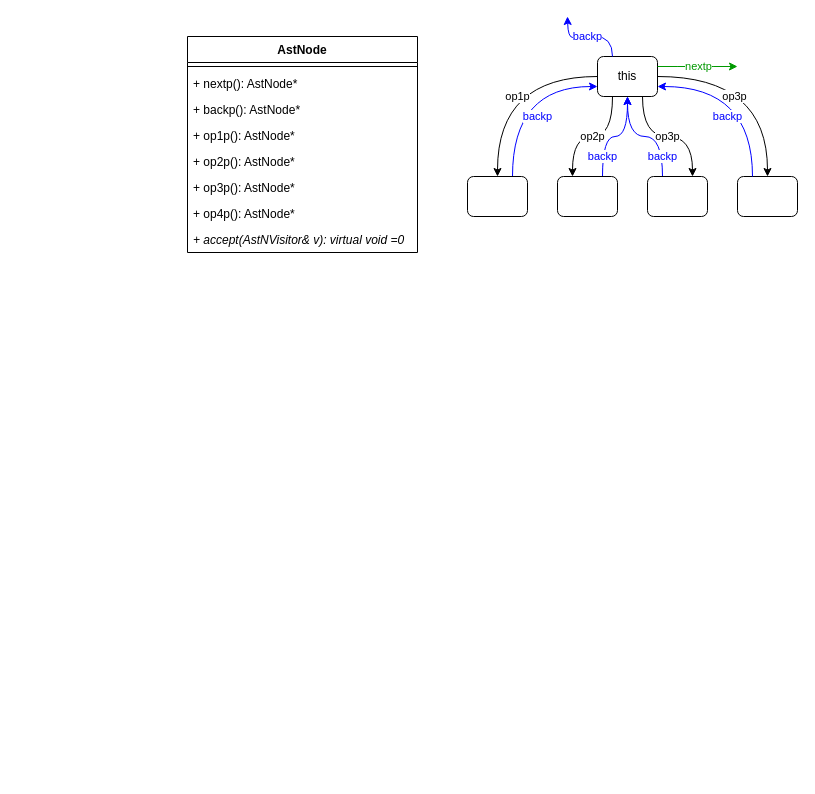
Dercury/CLDK keeps this draw.io diagram as verilator_digrams/V3AstNode.drawio. Above is the earlier version. Source tidied: cells renumbered, new cells numbered last; positions are measured from the earlier drawing's top-left corner, leaving out a move shared by most shapes. Both pictures are drawn from the tidied source at 100%, with x=0, y=0 at pixel (187, 16).
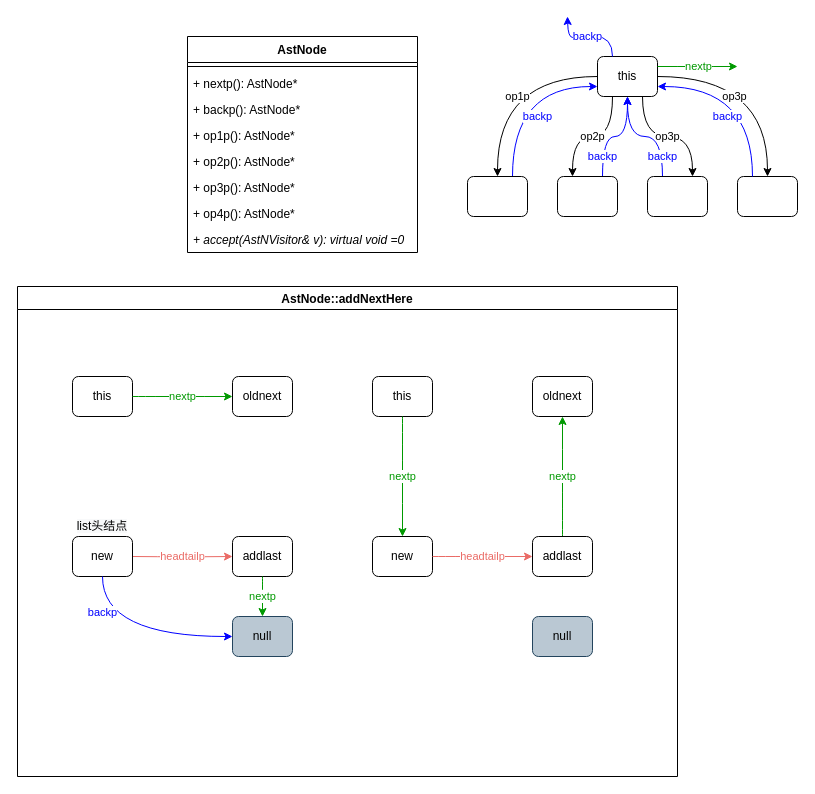
After the change.

The edit, as a diff of the source:
```diff
@@
+    <mxCell id="26" value="AstNode::addNextHere" style="swimlane;align=center;" parent="1" vertex="1">
+      <mxGeometry x="-170" y="270" width="660" height="490" as="geometry" />
+    </mxCell>
+    <mxCell id="27" value="this" style="rounded=1;whiteSpace=wrap;html=1;" parent="26" vertex="1">
+      <mxGeometry x="55" y="90" width="60" height="40" as="geometry" />
+    </mxCell>
+    <mxCell id="28" value="oldnext" style="rounded=1;whiteSpace=wrap;html=1;" parent="26" vertex="1">
+      <mxGeometry x="215" y="90" width="60" height="40" as="geometry" />
+    </mxCell>
+    <mxCell id="29" value="nextp" style="edgeStyle=orthogonalEdgeStyle;curved=1;rounded=0;jettySize=auto;html=1;exitX=1;exitY=0.5;exitDx=0;exitDy=0;strokeColor=#009900;fontColor=#009900;" parent="26" edge="1" source="27" target="28">
+      <mxGeometry relative="1" as="geometry" />
+    </mxCell>
+    <mxCell id="30" value="headtailp" style="edgeStyle=orthogonalEdgeStyle;curved=1;rounded=0;jettySize=auto;html=1;fontColor=#EA6B66;strokeColor=#EA6B66;" parent="26" edge="1" target="32">
+      <mxGeometry relative="1" as="geometry">
+        <mxPoint x="115" y="270" as="sourcePoint" />
+      </mxGeometry>
+    </mxCell>
+    <mxCell id="31" value="new&lt;br&gt;" style="rounded=1;whiteSpace=wrap;html=1;" parent="26" vertex="1">
+      <mxGeometry x="55" y="250" width="60" height="40" as="geometry" />
+    </mxCell>
+    <mxCell id="32" value="addlast" style="rounded=1;whiteSpace=wrap;html=1;" parent="26" vertex="1">
+      <mxGeometry x="215" y="250" width="60" height="40" as="geometry" />
+    </mxCell>
+    <mxCell id="33" value="null" style="rounded=1;whiteSpace=wrap;html=1;fillColor=#bac8d3;strokeColor=#23445d;" parent="26" vertex="1">
+      <mxGeometry x="215" y="330" width="60" height="40" as="geometry" />
+    </mxCell>
+    <mxCell id="34" value="this" style="rounded=1;whiteSpace=wrap;html=1;" parent="26" vertex="1">
+      <mxGeometry x="355" y="90" width="60" height="40" as="geometry" />
+    </mxCell>
+    <mxCell id="35" value="oldnext" style="rounded=1;whiteSpace=wrap;html=1;" parent="26" vertex="1">
+      <mxGeometry x="515" y="90" width="60" height="40" as="geometry" />
+    </mxCell>
+    <mxCell id="36" value="nextp" style="edgeStyle=orthogonalEdgeStyle;curved=1;rounded=0;jettySize=auto;html=1;exitX=0.5;exitY=1;exitDx=0;exitDy=0;strokeColor=#009900;fontColor=#009900;entryX=0.5;entryY=0;entryDx=0;entryDy=0;" parent="26" edge="1" source="34" target="37">
+      <mxGeometry relative="1" as="geometry" />
+    </mxCell>
+    <mxCell id="37" value="new" style="rounded=1;whiteSpace=wrap;html=1;" parent="26" vertex="1">
+      <mxGeometry x="355" y="250" width="60" height="40" as="geometry" />
+    </mxCell>
+    <mxCell id="38" value="nextp" style="edgeStyle=orthogonalEdgeStyle;curved=1;rounded=0;jettySize=auto;html=1;exitX=0.5;exitY=1;exitDx=0;exitDy=0;entryX=0.5;entryY=0;entryDx=0;entryDy=0;fontColor=#009900;strokeColor=#009900;" parent="26" edge="1" source="32" target="33">
+      <mxGeometry relative="1" as="geometry" />
+    </mxCell>
+    <mxCell id="39" value="nextp" style="edgeStyle=orthogonalEdgeStyle;curved=1;rounded=0;jettySize=auto;html=1;exitX=0.5;exitY=0;exitDx=0;exitDy=0;fontColor=#009900;strokeColor=#009900;" parent="26" edge="1" source="40" target="35">
+      <mxGeometry relative="1" as="geometry" />
+    </mxCell>
+    <mxCell id="40" value="addlast" style="rounded=1;whiteSpace=wrap;html=1;" parent="26" vertex="1">
+      <mxGeometry x="515" y="250" width="60" height="40" as="geometry" />
+    </mxCell>
+    <mxCell id="41" value="null" style="rounded=1;whiteSpace=wrap;html=1;fillColor=#bac8d3;strokeColor=#23445d;" parent="26" vertex="1">
+      <mxGeometry x="515" y="330" width="60" height="40" as="geometry" />
+    </mxCell>
+    <mxCell id="42" value="headtailp" style="edgeStyle=orthogonalEdgeStyle;curved=1;rounded=0;jettySize=auto;html=1;entryX=0;entryY=0.5;entryDx=0;entryDy=0;fontColor=#EA6B66;strokeColor=#EA6B66;" parent="26" edge="1" source="37" target="40">
+      <mxGeometry relative="1" as="geometry" />
+    </mxCell>
+    <mxCell id="43" value="backp" style="edgeStyle=orthogonalEdgeStyle;curved=1;rounded=0;jettySize=auto;html=1;exitX=0.5;exitY=1;exitDx=0;exitDy=0;entryX=0;entryY=0.5;entryDx=0;entryDy=0;fontColor=#0000FF;strokeColor=#0000FF;" parent="26" edge="1" source="31" target="33">
+      <mxGeometry x="-0.62" relative="1" as="geometry" />
+    </mxCell>
+    <mxCell id="44" value="&lt;span style=&quot;color: rgb(0, 0, 0); font-family: helvetica; font-size: 12px; font-style: normal; font-weight: 400; letter-spacing: normal; text-indent: 0px; text-transform: none; word-spacing: 0px; background-color: rgb(248, 249, 250); display: inline; float: none;&quot;&gt;list头结点&lt;/span&gt;" style="text;whiteSpace=wrap;html=1;fontColor=#009900;align=center;verticalAlign=middle;" parent="26" vertex="1">
+      <mxGeometry x="50" y="230" width="70" height="20" as="geometry" />
+    </mxCell>
```
